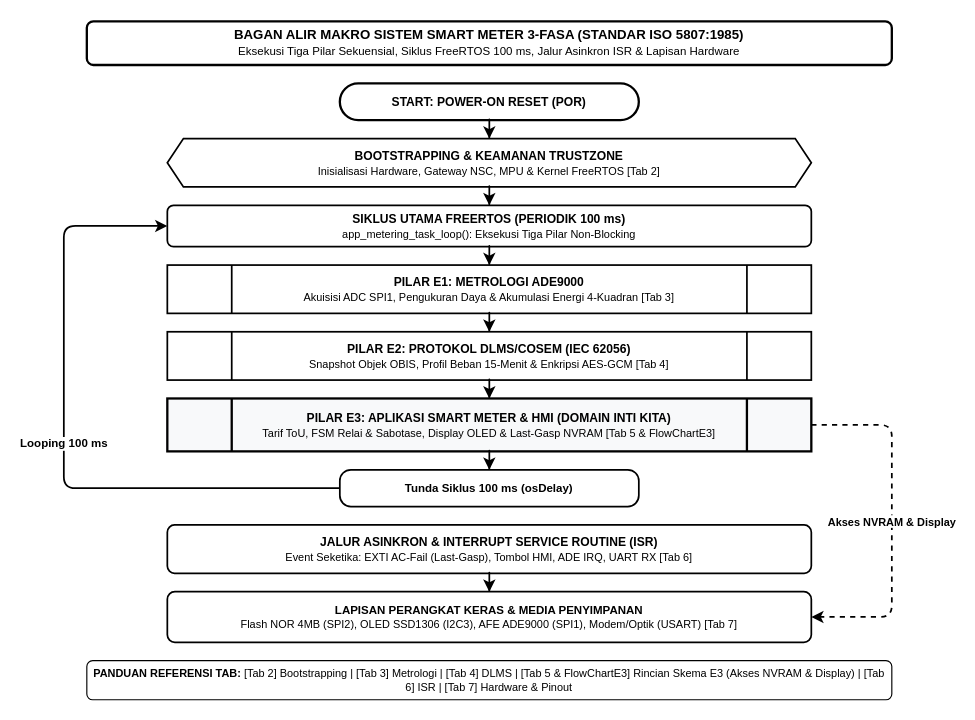
The draw.io diagram page "1. Ikhtisar Sistem Makro" (1 of 6) of docs/system_flowchart.drawio in Kevla27/ALLIN, before the edit. Source tidied: cells renumbered, new cells numbered last; positions are measured from the earlier drawing's top-left corner, leaving out a move shared by most shapes. Both pictures are drawn from the tidied source at 115%, with x=0, y=0 at pixel (63, 21).
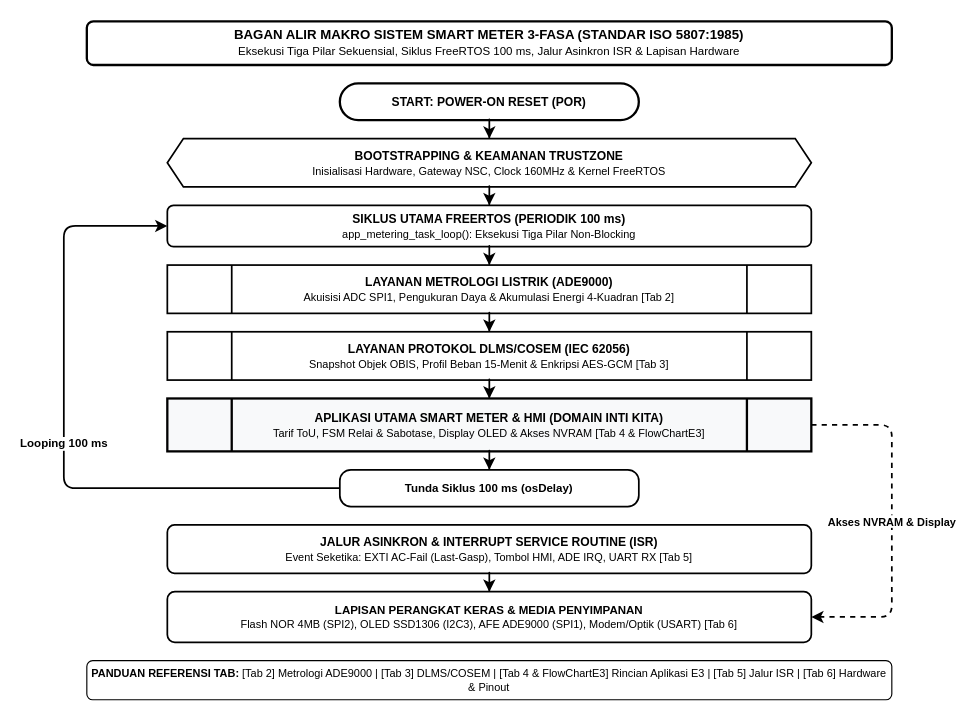
Above is the later version.

Commit message (it also covers changes not shown here):
docs(flowchart): implementasi Opsi A perampingan arsitektur flowchart sistem jadi 6 tab fungsional

Change to the diagram source:
```diff
@@
-    <mxCell id="4" value="&lt;b&gt;BOOTSTRAPPING &amp;amp; KEAMANAN TRUSTZONE&lt;/b&gt;&lt;br/&gt;&lt;font style=&quot;font-size:9.5px;&quot;&gt;Inisialisasi Hardware, Gateway NSC, MPU &amp;amp; Kernel FreeRTOS [Tab 2]&lt;/font&gt;" style="shape=hexagon;perimeter=hexagonPerimeter2;fixedSize=1;size=14;whiteSpace=wrap;html=1;fillColor=#ffffff;strokeColor=#000000;strokeWidth=1.5;fontColor=#000000;fontSize=10.5;align=center;" parent="1" vertex="1">
+    <mxCell id="4" value="&lt;b&gt;BOOTSTRAPPING &amp;amp; KEAMANAN TRUSTZONE&lt;/b&gt;&lt;br/&gt;&lt;font style=&quot;font-size:9.5px;&quot;&gt;Inisialisasi Hardware, Gateway NSC, Clock 160MHz &amp;amp; Kernel FreeRTOS&lt;/font&gt;" style="shape=hexagon;perimeter=hexagonPerimeter2;fixedSize=1;size=14;whiteSpace=wrap;html=1;fillColor=#ffffff;strokeColor=#000000;strokeWidth=1.5;fontColor=#000000;fontSize=10.5;align=center;" parent="1" vertex="1">
       <mxGeometry x="90" y="102" width="560" height="42" as="geometry" />
     </mxCell>
@@
-    <mxCell id="6" value="&lt;b&gt;PILAR E1: METROLOGI ADE9000&lt;/b&gt;&lt;br/&gt;&lt;font style=&quot;font-size:9.5px;&quot;&gt;Akuisisi ADC SPI1, Pengukuran Daya &amp;amp; Akumulasi Energi 4-Kuadran [Tab 3]&lt;/font&gt;" style="shape=process;backgroundOutline=1;rounded=0;whiteSpace=wrap;html=1;fillColor=#ffffff;strokeColor=#000000;strokeWidth=1.5;fontColor=#000000;fontSize=10.5;align=center;" parent="1" vertex="1">
+    <mxCell id="6" value="&lt;b&gt;LAYANAN METROLOGI LISTRIK (ADE9000)&lt;/b&gt;&lt;br/&gt;&lt;font style=&quot;font-size:9.5px;&quot;&gt;Akuisisi ADC SPI1, Pengukuran Daya &amp;amp; Akumulasi Energi 4-Kuadran [Tab 2]&lt;/font&gt;" style="shape=process;backgroundOutline=1;rounded=0;whiteSpace=wrap;html=1;fillColor=#ffffff;strokeColor=#000000;strokeWidth=1.5;fontColor=#000000;fontSize=10.5;align=center;" parent="1" vertex="1">
       <mxGeometry x="90" y="212" width="560" height="42" as="geometry" />
     </mxCell>
-    <mxCell id="7" value="&lt;b&gt;PILAR E2: PROTOKOL DLMS/COSEM (IEC 62056)&lt;/b&gt;&lt;br/&gt;&lt;font style=&quot;font-size:9.5px;&quot;&gt;Snapshot Objek OBIS, Profil Beban 15-Menit &amp;amp; Enkripsi AES-GCM [Tab 4]&lt;/font&gt;" style="shape=process;backgroundOutline=1;rounded=0;whiteSpace=wrap;html=1;fillColor=#ffffff;strokeColor=#000000;strokeWidth=1.5;fontColor=#000000;fontSize=10.5;align=center;" parent="1" vertex="1">
+    <mxCell id="7" value="&lt;b&gt;LAYANAN PROTOKOL DLMS/COSEM (IEC 62056)&lt;/b&gt;&lt;br/&gt;&lt;font style=&quot;font-size:9.5px;&quot;&gt;Snapshot Objek OBIS, Profil Beban 15-Menit &amp;amp; Enkripsi AES-GCM [Tab 3]&lt;/font&gt;" style="shape=process;backgroundOutline=1;rounded=0;whiteSpace=wrap;html=1;fillColor=#ffffff;strokeColor=#000000;strokeWidth=1.5;fontColor=#000000;fontSize=10.5;align=center;" parent="1" vertex="1">
       <mxGeometry x="90" y="270" width="560" height="42" as="geometry" />
     </mxCell>
-    <mxCell id="8" value="&lt;b&gt;PILAR E3: APLIKASI SMART METER &amp;amp; HMI (DOMAIN INTI KITA)&lt;/b&gt;&lt;br/&gt;&lt;font style=&quot;font-size:9.5px;&quot;&gt;Tarif ToU, FSM Relai &amp;amp; Sabotase, Display OLED &amp;amp; Last-Gasp NVRAM [Tab 5 &amp;amp; FlowChartE3]&lt;/font&gt;" style="shape=process;backgroundOutline=1;rounded=0;whiteSpace=wrap;html=1;fillColor=#f8f9fa;strokeColor=#000000;strokeWidth=2;fontColor=#000000;fontSize=10.5;align=center;" parent="1" vertex="1">
+    <mxCell id="8" value="&lt;b&gt;APLIKASI UTAMA SMART METER &amp;amp; HMI (DOMAIN INTI KITA)&lt;/b&gt;&lt;br/&gt;&lt;font style=&quot;font-size:9.5px;&quot;&gt;Tarif ToU, FSM Relai &amp;amp; Sabotase, Display OLED &amp;amp; Akses NVRAM [Tab 4 &amp;amp; FlowChartE3]&lt;/font&gt;" style="shape=process;backgroundOutline=1;rounded=0;whiteSpace=wrap;html=1;fillColor=#f8f9fa;strokeColor=#000000;strokeWidth=2;fontColor=#000000;fontSize=10.5;align=center;" parent="1" vertex="1">
       <mxGeometry x="90" y="328" width="560" height="46" as="geometry" />
     </mxCell>
@@
-    <mxCell id="10" value="&lt;b&gt;JALUR ASINKRON &amp;amp; INTERRUPT SERVICE ROUTINE (ISR)&lt;/b&gt;&lt;br/&gt;&lt;font style=&quot;font-size:9.5px;&quot;&gt;Event Seketika: EXTI AC-Fail (Last-Gasp), Tombol HMI, ADE IRQ, UART RX [Tab 6]&lt;/font&gt;" style="rounded=1;arcSize=15;whiteSpace=wrap;html=1;fillColor=#ffffff;strokeColor=#000000;strokeWidth=1.5;fontColor=#000000;fontSize=10.5;align=center;" parent="1" vertex="1">
+    <mxCell id="10" value="&lt;b&gt;JALUR ASINKRON &amp;amp; INTERRUPT SERVICE ROUTINE (ISR)&lt;/b&gt;&lt;br/&gt;&lt;font style=&quot;font-size:9.5px;&quot;&gt;Event Seketika: EXTI AC-Fail (Last-Gasp), Tombol HMI, ADE IRQ, UART RX [Tab 5]&lt;/font&gt;" style="rounded=1;arcSize=15;whiteSpace=wrap;html=1;fillColor=#ffffff;strokeColor=#000000;strokeWidth=1.5;fontColor=#000000;fontSize=10.5;align=center;" parent="1" vertex="1">
       <mxGeometry x="90" y="438" width="560" height="42" as="geometry" />
     </mxCell>
-    <mxCell id="11" value="&lt;b&gt;LAPISAN PERANGKAT KERAS &amp;amp; MEDIA PENYIMPANAN&lt;/b&gt;&lt;br/&gt;&lt;font style=&quot;font-size:9.5px;&quot;&gt;Flash NOR 4MB (SPI2), OLED SSD1306 (I2C3), AFE ADE9000 (SPI1), Modem/Optik (USART) [Tab 7]&lt;/font&gt;" style="rounded=1;arcSize=15;whiteSpace=wrap;html=1;fillColor=#ffffff;strokeColor=#000000;strokeWidth=1.5;fontColor=#000000;fontSize=10;align=center;" parent="1" vertex="1">
+    <mxCell id="11" value="&lt;b&gt;LAPISAN PERANGKAT KERAS &amp;amp; MEDIA PENYIMPANAN&lt;/b&gt;&lt;br/&gt;&lt;font style=&quot;font-size:9.5px;&quot;&gt;Flash NOR 4MB (SPI2), OLED SSD1306 (I2C3), AFE ADE9000 (SPI1), Modem/Optik (USART) [Tab 6]&lt;/font&gt;" style="rounded=1;arcSize=15;whiteSpace=wrap;html=1;fillColor=#ffffff;strokeColor=#000000;strokeWidth=1.5;fontColor=#000000;fontSize=10;align=center;" parent="1" vertex="1">
       <mxGeometry x="90" y="496" width="560" height="44" as="geometry" />
     </mxCell>
-    <mxCell id="12" value="&lt;b&gt;PANDUAN REFERENSI TAB:&lt;/b&gt; [Tab 2] Bootstrapping | [Tab 3] Metrologi | [Tab 4] DLMS | [Tab 5 &amp;amp; FlowChartE3] Rincian Skema E3 (Akses NVRAM &amp;amp; Display) | [Tab 6] ISR | [Tab 7] Hardware &amp;amp; Pinout" style="rounded=1;whiteSpace=wrap;html=1;fontSize=9.5;align=center;fillColor=#ffffff;strokeColor=#000000;strokeWidth=1;fontColor=#000000;" parent="1" vertex="1">
+    <mxCell id="12" value="&lt;b&gt;PANDUAN REFERENSI TAB:&lt;/b&gt; [Tab 2] Metrologi ADE9000 | [Tab 3] DLMS/COSEM | [Tab 4 &amp;amp; FlowChartE3] Rincian Aplikasi E3 | [Tab 5] Jalur ISR | [Tab 6] Hardware &amp;amp; Pinout" style="rounded=1;whiteSpace=wrap;html=1;fontSize=9.5;align=center;fillColor=#ffffff;strokeColor=#000000;strokeWidth=1;fontColor=#000000;" parent="1" vertex="1">
       <mxGeometry x="20" y="556" width="700" height="34" as="geometry" />
     </mxCell>
```
